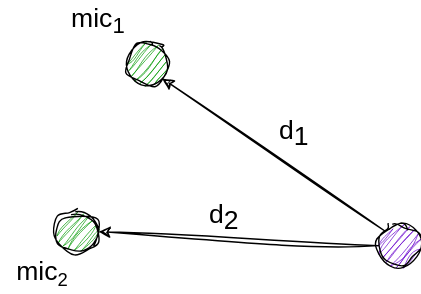
This is sections/2_simulator/2_background/1_acoustic_reverberation/figures/multi_mic_schema.svg from GaetanLepage/phd-manuscript, a draw.io export, as it was before one commit. Source tidied: cells renumbered, new cells last; positions are measured from the earlier drawing's top-left corner, leaving out a move shared by most shapes.
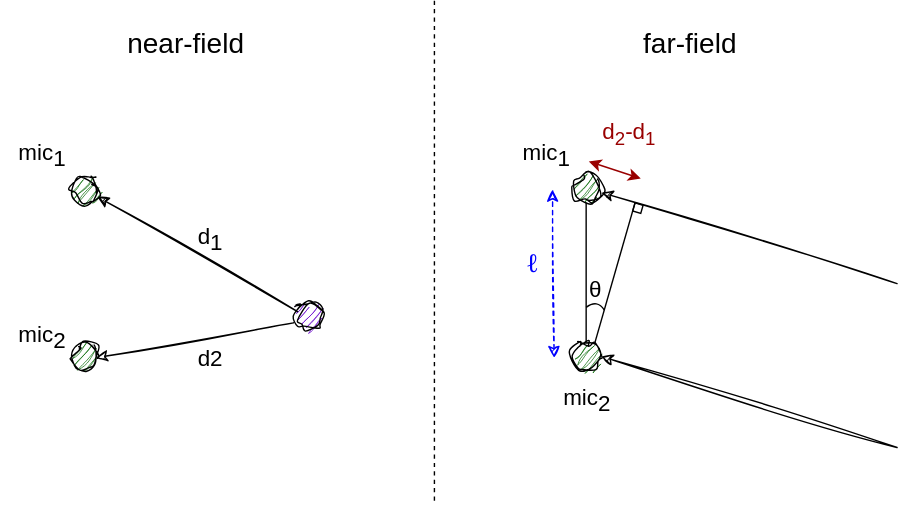
The same file after the commit.

Change to the diagram source:
```diff
@@ -2,32 +2,119 @@
   <root>
     <mxCell id="0" />
     <mxCell id="1" parent="0" />
-    <mxCell id="2" style="ellipse;whiteSpace=wrap;html=1;sketch=1;hachureGap=4;jiggle=2;curveFitting=1;fontFamily=Architects Daughter;fontSource=https%3A%2F%2Ffonts.googleapis.com%2Fcss%3Ffamily%3DArchitects%2BDaughter;fillColor=#009900;" parent="1" vertex="1">
-      <mxGeometry x="90" y="30" width="30" height="30" as="geometry" />
-    </mxCell>
-    <mxCell id="3" style="ellipse;whiteSpace=wrap;html=1;sketch=1;hachureGap=4;jiggle=2;curveFitting=1;fontFamily=Architects Daughter;fontSource=https%3A%2F%2Ffonts.googleapis.com%2Fcss%3Ffamily%3DArchitects%2BDaughter;fillColor=#009900;" parent="1" vertex="1">
-      <mxGeometry x="40" y="150" width="30" height="30" as="geometry" />
-    </mxCell>
-    <mxCell id="4" style="ellipse;whiteSpace=wrap;html=1;sketch=1;hachureGap=4;jiggle=2;curveFitting=1;fontFamily=Architects Daughter;fontSource=https%3A%2F%2Ffonts.googleapis.com%2Fcss%3Ffamily%3DArchitects%2BDaughter;fillColor=#6600CC;" parent="1" vertex="1">
-      <mxGeometry x="270" y="160" width="30" height="30" as="geometry" />
-    </mxCell>
-    <mxCell id="5" style="endArrow=classic;html=1;rounded=0;sketch=1;hachureGap=4;jiggle=2;curveFitting=1;fontFamily=Architects Daughter;fontSource=https%3A%2F%2Ffonts.googleapis.com%2Fcss%3Ffamily%3DArchitects%2BDaughter;entryX=1;entryY=0.5;entryDx=0;entryDy=0;exitX=0;exitY=0.5;exitDx=0;exitDy=0;" parent="1" edge="1" source="4" target="3">
-      <mxGeometry relative="1" as="geometry" />
-    </mxCell>
-    <mxCell id="6" style="endArrow=classic;html=1;rounded=0;sketch=1;hachureGap=4;jiggle=2;curveFitting=1;fontFamily=Architects Daughter;fontSource=https%3A%2F%2Ffonts.googleapis.com%2Fcss%3Ffamily%3DArchitects%2BDaughter;entryX=1;entryY=1;entryDx=0;entryDy=0;exitX=0;exitY=0;exitDx=0;exitDy=0;" parent="1" edge="1" source="4" target="2">
-      <mxGeometry relative="1" as="geometry" />
-    </mxCell>
+    <mxCell id="11" style="endArrow=none;dashed=1;html=1;rounded=0;hachureGap=4;fontFamily=Architects Daughter;fontSource=https%3A%2F%2Ffonts.googleapis.com%2Fcss%3Ffamily%3DArchitects%2BDaughter;" parent="1" edge="1">
+      <mxGeometry relative="1" as="geometry">
+        <mxPoint x="369.7" y="-75" as="sourcePoint" />
+        <mxPoint x="369.7" y="285" as="targetPoint" />
+      </mxGeometry>
+    </mxCell>
+    <mxCell id="12" value="near-field" style="text;html=1;align=center;verticalAlign=middle;whiteSpace=wrap;rounded=0;fontFamily=Helvetica;fontSize=20;" parent="1" vertex="1">
+      <mxGeometry x="130" y="-60" width="125" height="30" as="geometry" />
+    </mxCell>
+    <mxCell id="13" value="far-field" style="text;html=1;align=center;verticalAlign=middle;whiteSpace=wrap;rounded=0;fontFamily=Helvetica;fontSize=20;" parent="1" vertex="1">
+      <mxGeometry x="490" y="-60" width="125" height="30" as="geometry" />
+    </mxCell>
+    <mxCell id="14" style="ellipse;whiteSpace=wrap;html=1;sketch=1;hachureGap=4;jiggle=2;curveFitting=1;fontFamily=Architects Daughter;fontSource=https%3A%2F%2Ffonts.googleapis.com%2Fcss%3Ffamily%3DArchitects%2BDaughter;fillColor=#006600;" parent="1" vertex="1">
+      <mxGeometry x="110" y="170" width="20" height="20" as="geometry" />
+    </mxCell>
+    <mxCell id="15" value="&lt;span style=&quot;font-size: 16px;&quot;&gt;mic&lt;/span&gt;&lt;span style=&quot;font-size: 16px;&quot;&gt;&lt;sub style=&quot;font-size: 16px;&quot;&gt;1&lt;/sub&gt;&lt;/span&gt;" style="text;html=1;align=center;verticalAlign=middle;whiteSpace=wrap;rounded=0;fontFamily=Helvetica;fontSize=16;" parent="1" vertex="1">
+      <mxGeometry x="60" y="20" width="60" height="30" as="geometry" />
+    </mxCell>
+    <mxCell id="16" value="&lt;span style=&quot;font-size: 16px;&quot;&gt;mic&lt;/span&gt;&lt;span style=&quot;font-size: 16px;&quot;&gt;&lt;sub style=&quot;font-size: 16px;&quot;&gt;2&lt;/sub&gt;&lt;/span&gt;" style="text;html=1;align=center;verticalAlign=middle;whiteSpace=wrap;rounded=0;fontFamily=Helvetica;fontSize=16;" parent="1" vertex="1">
+      <mxGeometry x="60" y="150" width="60" height="30" as="geometry" />
+    </mxCell>
+    <mxCell id="17" style="ellipse;whiteSpace=wrap;html=1;sketch=1;hachureGap=4;jiggle=2;curveFitting=1;fontFamily=Architects Daughter;fontSource=https%3A%2F%2Ffonts.googleapis.com%2Fcss%3Ffamily%3DArchitects%2BDaughter;fillColor=#6600CC;" parent="1" vertex="1">
+      <mxGeometry x="270" y="140" width="20" height="20" as="geometry" />
+    </mxCell>
+    <mxCell id="18" style="ellipse;whiteSpace=wrap;html=1;sketch=1;hachureGap=4;jiggle=2;curveFitting=1;fontFamily=Architects Daughter;fontSource=https%3A%2F%2Ffonts.googleapis.com%2Fcss%3Ffamily%3DArchitects%2BDaughter;fillColor=#006600;" parent="1" vertex="1">
+      <mxGeometry x="110" y="50" width="20" height="20" as="geometry" />
+    </mxCell>
+    <mxCell id="19" style="endArrow=classic;html=1;rounded=0;sketch=1;hachureGap=4;jiggle=2;curveFitting=1;fontFamily=Architects Daughter;fontSource=https%3A%2F%2Ffonts.googleapis.com%2Fcss%3Ffamily%3DArchitects%2BDaughter;entryX=1;entryY=1;entryDx=0;entryDy=0;" parent="1" edge="1">
+      <mxGeometry relative="1" as="geometry">
+        <mxPoint x="272" y="147" as="sourcePoint" />
+        <mxPoint x="129" y="65" as="targetPoint" />
+      </mxGeometry>
+    </mxCell>
+    <mxCell id="20" style="endArrow=classic;html=1;rounded=0;sketch=1;hachureGap=4;jiggle=2;curveFitting=1;fontFamily=Architects Daughter;fontSource=https%3A%2F%2Ffonts.googleapis.com%2Fcss%3Ffamily%3DArchitects%2BDaughter;" parent="1" edge="1">
+      <mxGeometry relative="1" as="geometry">
+        <mxPoint x="269" y="155" as="sourcePoint" />
+        <mxPoint x="128" y="180" as="targetPoint" />
+      </mxGeometry>
+    </mxCell>
-    <mxCell id="7" value="d&lt;sub style=&quot;font-size: 19px;&quot;&gt;1&lt;/sub&gt;" style="text;html=1;align=center;verticalAlign=middle;whiteSpace=wrap;rounded=0;fontFamily=Helvetica;fontSize=19;" parent="1" vertex="1">
+    <mxCell id="7" value="d&lt;sub style=&quot;font-size: 16px;&quot;&gt;1&lt;/sub&gt;" style="text;html=1;align=center;verticalAlign=middle;whiteSpace=wrap;rounded=0;fontFamily=Helvetica;fontSize=16;" parent="1" vertex="1">
       <mxGeometry x="180" y="80" width="60" height="30" as="geometry" />
     </mxCell>
-    <mxCell id="8" value="d&lt;sub style=&quot;font-size: 19px;&quot;&gt;2&lt;/sub&gt;" style="text;html=1;align=center;verticalAlign=middle;whiteSpace=wrap;rounded=0;fontFamily=Helvetica;fontSize=19;" parent="1" vertex="1">
-      <mxGeometry x="130" y="140" width="60" height="30" as="geometry" />
-    </mxCell>
-    <mxCell id="9" value="&lt;span style=&quot;font-size: 19px;&quot;&gt;mic&lt;/span&gt;&lt;span style=&quot;font-size: 19px;&quot;&gt;&lt;sub&gt;1&lt;/sub&gt;&lt;/span&gt;" style="text;html=1;align=center;verticalAlign=middle;whiteSpace=wrap;rounded=0;fontFamily=Helvetica;fontSize=19;" parent="1" vertex="1">
-      <mxGeometry x="40" width="60" height="30" as="geometry" />
-    </mxCell>
-    <mxCell id="10" value="&lt;span style=&quot;font-size: 19px;&quot;&gt;mic&lt;/span&gt;&lt;span style=&quot;font-size: 15.8333px;&quot;&gt;&lt;sub&gt;2&lt;/sub&gt;&lt;/span&gt;" style="text;html=1;align=center;verticalAlign=middle;whiteSpace=wrap;rounded=0;fontFamily=Helvetica;fontSize=19;" parent="1" vertex="1">
-      <mxGeometry y="180" width="60" height="30" as="geometry" />
-    </mxCell>
+    <mxCell id="21" value="d2" style="text;html=1;align=center;verticalAlign=middle;whiteSpace=wrap;rounded=0;fontFamily=Helvetica;fontSize=16;" parent="1" vertex="1">
+      <mxGeometry x="180" y="165" width="60" height="30" as="geometry" />
+    </mxCell>
+    <mxCell id="22" style="ellipse;whiteSpace=wrap;html=1;sketch=1;hachureGap=4;jiggle=2;curveFitting=1;fontFamily=Architects Daughter;fontSource=https%3A%2F%2Ffonts.googleapis.com%2Fcss%3Ffamily%3DArchitects%2BDaughter;fillColor=#006600;" parent="1" vertex="1">
+      <mxGeometry x="469" y="169" width="20" height="20" as="geometry" />
+    </mxCell>
+    <mxCell id="23" value="&lt;span style=&quot;font-size: 16px;&quot;&gt;mic&lt;/span&gt;&lt;span style=&quot;font-size: 16px;&quot;&gt;&lt;sub style=&quot;font-size: 16px;&quot;&gt;1&lt;/sub&gt;&lt;/span&gt;" style="text;html=1;align=center;verticalAlign=middle;whiteSpace=wrap;rounded=0;fontFamily=Helvetica;fontSize=16;" parent="1" vertex="1">
+      <mxGeometry x="420" y="20" width="60" height="30" as="geometry" />
+    </mxCell>
+    <mxCell id="24" value="&lt;span style=&quot;font-size: 16px;&quot;&gt;mic&lt;/span&gt;&lt;span style=&quot;font-size: 16px;&quot;&gt;&lt;sub style=&quot;font-size: 16px;&quot;&gt;2&lt;/sub&gt;&lt;/span&gt;" style="text;html=1;align=center;verticalAlign=middle;whiteSpace=wrap;rounded=0;fontFamily=Helvetica;fontSize=16;" parent="1" vertex="1">
+      <mxGeometry x="449" y="195" width="60" height="30" as="geometry" />
+    </mxCell>
+    <mxCell id="25" style="ellipse;whiteSpace=wrap;html=1;sketch=1;hachureGap=4;jiggle=2;curveFitting=1;fontFamily=Architects Daughter;fontSource=https%3A%2F%2Ffonts.googleapis.com%2Fcss%3Ffamily%3DArchitects%2BDaughter;fillColor=#006600;" parent="1" vertex="1">
+      <mxGeometry x="469" y="49" width="20" height="20" as="geometry" />
+    </mxCell>
+    <mxCell id="26" style="endArrow=classic;html=1;rounded=0;sketch=1;hachureGap=4;jiggle=2;curveFitting=1;fontFamily=Architects Daughter;fontSource=https%3A%2F%2Ffonts.googleapis.com%2Fcss%3Ffamily%3DArchitects%2BDaughter;entryX=1;entryY=1;entryDx=0;entryDy=0;" parent="1" edge="1">
+      <mxGeometry relative="1" as="geometry">
+        <mxPoint x="700" y="127" as="sourcePoint" />
+        <mxPoint x="489" y="62" as="targetPoint" />
+      </mxGeometry>
+    </mxCell>
+    <mxCell id="27" value="d&lt;span style=&quot;font-size: 16px;&quot;&gt;&lt;sub&gt;2&lt;/sub&gt;-d&lt;sub&gt;1&lt;/sub&gt;&lt;/span&gt;" style="text;html=1;align=center;verticalAlign=middle;whiteSpace=wrap;rounded=0;fontFamily=Helvetica;fontSize=16;fontColor=#990000;" parent="1" vertex="1">
+      <mxGeometry x="489" y="10" width="40" height="20" as="geometry" />
+    </mxCell>
+    <mxCell id="28" style="endArrow=none;html=1;rounded=0;hachureGap=4;fontFamily=Architects Daughter;fontSource=https%3A%2F%2Ffonts.googleapis.com%2Fcss%3Ffamily%3DArchitects%2BDaughter;" parent="1" edge="1">
+      <mxGeometry relative="1" as="geometry">
+        <mxPoint x="478" y="169" as="sourcePoint" />
+        <mxPoint x="478" y="69" as="targetPoint" />
+      </mxGeometry>
+    </mxCell>
+    <mxCell id="29" style="endArrow=classic;html=1;rounded=0;sketch=1;hachureGap=4;jiggle=2;curveFitting=1;fontFamily=Architects Daughter;fontSource=https%3A%2F%2Ffonts.googleapis.com%2Fcss%3Ffamily%3DArchitects%2BDaughter;entryX=1;entryY=1;entryDx=0;entryDy=0;" parent="1" edge="1">
+      <mxGeometry relative="1" as="geometry">
+        <mxPoint x="700" y="244" as="sourcePoint" />
+        <mxPoint x="489" y="179" as="targetPoint" />
+      </mxGeometry>
+    </mxCell>
+    <mxCell id="30" style="endArrow=none;html=1;rounded=0;hachureGap=4;fontFamily=Architects Daughter;fontSource=https%3A%2F%2Ffonts.googleapis.com%2Fcss%3Ffamily%3DArchitects%2BDaughter;endFill=0;" parent="1" edge="1">
+      <mxGeometry relative="1" as="geometry">
+        <mxPoint x="484" y="170" as="sourcePoint" />
+        <mxPoint x="513" y="69" as="targetPoint" />
+      </mxGeometry>
+    </mxCell>
+    <mxCell id="31" style="curved=1;endArrow=none;html=1;rounded=0;hachureGap=4;fontFamily=Architects Daughter;fontSource=https%3A%2F%2Ffonts.googleapis.com%2Fcss%3Ffamily%3DArchitects%2BDaughter;endFill=0;" parent="1" edge="1">
+      <mxGeometry relative="1" as="geometry">
+        <mxPoint x="491" y="146" as="sourcePoint" />
+        <mxPoint x="478" y="144" as="targetPoint" />
+        <Array as="points">
+          <mxPoint x="486" y="138" />
+        </Array>
+      </mxGeometry>
+    </mxCell>
+    <mxCell id="32" style="endArrow=classic;dashed=1;html=1;rounded=0;sketch=1;hachureGap=4;jiggle=2;curveFitting=1;fontFamily=Architects Daughter;fontSource=https%3A%2F%2Ffonts.googleapis.com%2Fcss%3Ffamily%3DArchitects%2BDaughter;startArrow=classic;startFill=1;endFill=1;strokeColor=#0000FF;" parent="1" edge="1">
+      <mxGeometry relative="1" as="geometry">
+        <mxPoint x="455.1" y="180" as="sourcePoint" />
+        <mxPoint x="454" y="60" as="targetPoint" />
+      </mxGeometry>
+    </mxCell>
+    <mxCell id="33" value="&lt;span style=&quot;font-size: 19px;&quot;&gt;&lt;h1 style=&quot;font-size: 19px;&quot; class=&quot;firstHeading mw-first-heading&quot; id=&quot;firstHeading&quot;&gt;&lt;span style=&quot;font-size: 19px;&quot; class=&quot;mw-page-title-main&quot;&gt;ℓ&lt;/span&gt;&lt;/h1&gt;&lt;/span&gt;" style="text;html=1;align=center;verticalAlign=middle;whiteSpace=wrap;rounded=0;fontFamily=Verdana;fontStyle=0;fontSize=19;fontColor=#0000FF;" parent="1" vertex="1">
+      <mxGeometry x="435" y="103" width="10" height="20" as="geometry" />
+    </mxCell>
+    <mxCell id="34" style="whiteSpace=wrap;html=1;hachureGap=4;fontFamily=Architects Daughter;fontSource=https%3A%2F%2Ffonts.googleapis.com%2Fcss%3Ffamily%3DArchitects%2BDaughter;fillColor=none;rotation=16.4;direction=south;" parent="1" vertex="1">
+      <mxGeometry x="512" y="70.1" width="6" height="6" as="geometry" />
+    </mxCell>
+    <mxCell id="35" style="endArrow=classic;html=1;rounded=0;hachureGap=4;fontFamily=Architects Daughter;fontSource=https%3A%2F%2Ffonts.googleapis.com%2Fcss%3Ffamily%3DArchitects%2BDaughter;startArrow=classic;startFill=1;endFill=1;strokeColor=#990000;" parent="1" edge="1">
+      <mxGeometry relative="1" as="geometry">
+        <mxPoint x="517" y="52" as="sourcePoint" />
+        <mxPoint x="479.9" y="39.8" as="targetPoint" />
+      </mxGeometry>
+    </mxCell>
+    <mxCell id="36" value="θ" style="text;html=1;align=center;verticalAlign=middle;whiteSpace=wrap;rounded=0;fontFamily=Helvetica;fontSize=16;" parent="1" vertex="1">
+      <mxGeometry x="470" y="118" width="30" height="25" as="geometry" />
+    </mxCell>
   </root>
 </mxGraphModel>
```
